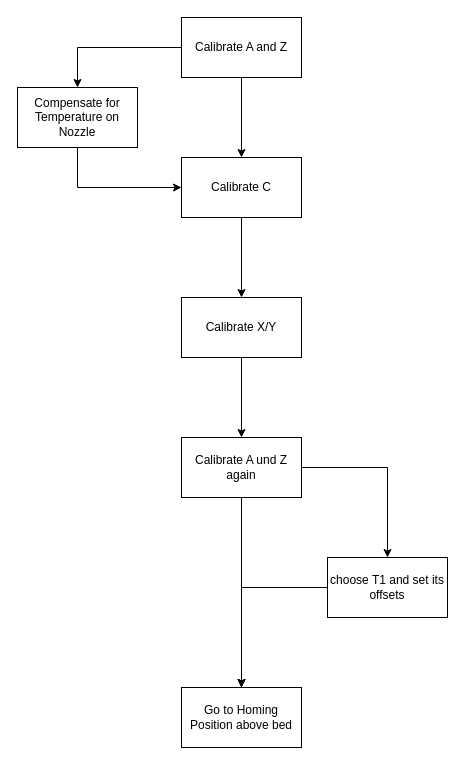
The draw.io diagram Homing seq.drawio in macnch33s3/draw.io, before the edit. Source tidied: cells renumbered, new cells numbered last; positions are measured from the earlier drawing's top-left corner, leaving out a move shared by most shapes. Both pictures are drawn from the tidied source at 100%, with x=0, y=0 at pixel (17, 17).
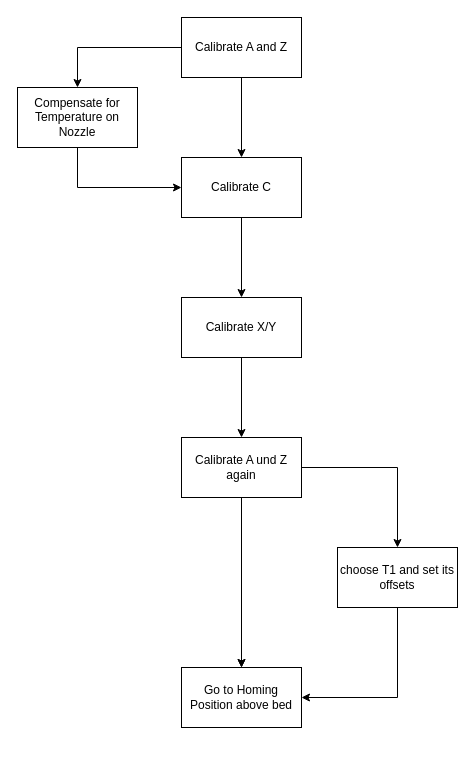
The same page after the edit.

Diff of the diagram source:
```diff
@@
 <mxGraphModel>
   <root>
     <mxCell id="0" />
     <mxCell id="1" parent="0" />
     <mxCell id="2" style="edgeStyle=orthogonalEdgeStyle;rounded=0;jettySize=auto;html=1;" parent="1" edge="1" source="4" target="8">
       <mxGeometry relative="1" as="geometry" />
     </mxCell>
     <mxCell id="3" style="edgeStyle=orthogonalEdgeStyle;rounded=0;jettySize=auto;html=1;exitX=0;exitY=0.5;exitDx=0;exitDy=0;entryX=0.5;entryY=0;entryDx=0;entryDy=0;" parent="1" edge="1" source="4" target="6">
       <mxGeometry relative="1" as="geometry" />
     </mxCell>
     <mxCell id="4" value="Calibrate A and Z" style="rounded=0;whiteSpace=wrap;html=1;" parent="1" vertex="1">
       <mxGeometry x="164" width="120" height="60" as="geometry" />
     </mxCell>
     <mxCell id="5" style="edgeStyle=orthogonalEdgeStyle;rounded=0;jettySize=auto;html=1;entryX=0;entryY=0.5;entryDx=0;entryDy=0;" parent="1" edge="1" source="6" target="8">
       <mxGeometry relative="1" as="geometry">
         <Array as="points">
           <mxPoint x="60" y="170" />
         </Array>
       </mxGeometry>
     </mxCell>
     <mxCell id="6" value="Compensate for Temperature on Nozzle" style="rounded=0;whiteSpace=wrap;html=1;" parent="1" vertex="1">
       <mxGeometry y="70" width="120" height="60" as="geometry" />
     </mxCell>
     <mxCell id="7" style="edgeStyle=orthogonalEdgeStyle;rounded=0;jettySize=auto;html=1;" parent="1" edge="1" source="8" target="10">
       <mxGeometry relative="1" as="geometry" />
     </mxCell>
     <mxCell id="8" value="Calibrate C" style="rounded=0;whiteSpace=wrap;html=1;" parent="1" vertex="1">
       <mxGeometry x="164" y="140" width="120" height="60" as="geometry" />
     </mxCell>
     <mxCell id="9" style="edgeStyle=orthogonalEdgeStyle;rounded=0;jettySize=auto;html=1;entryX=0.5;entryY=0;entryDx=0;entryDy=0;" parent="1" edge="1" source="10" target="14">
       <mxGeometry relative="1" as="geometry" />
     </mxCell>
     <mxCell id="10" value="Calibrate X/Y" style="rounded=0;whiteSpace=wrap;html=1;" parent="1" vertex="1">
       <mxGeometry x="164" y="280" width="120" height="60" as="geometry" />
     </mxCell>
     <mxCell id="11" style="edgeStyle=orthogonalEdgeStyle;rounded=0;jettySize=auto;html=1;" parent="1" edge="1" source="14" target="15">
       <mxGeometry relative="1" as="geometry" />
     </mxCell>
     <mxCell id="12" style="edgeStyle=orthogonalEdgeStyle;rounded=0;jettySize=auto;html=1;" parent="1" edge="1" source="14" target="15">
       <mxGeometry relative="1" as="geometry" />
     </mxCell>
     <mxCell id="13" style="edgeStyle=orthogonalEdgeStyle;rounded=0;jettySize=auto;html=1;entryX=0.5;entryY=0;entryDx=0;entryDy=0;" parent="1" edge="1" source="14" target="17">
       <mxGeometry relative="1" as="geometry" />
     </mxCell>
     <mxCell id="14" value="Calibrate A und Z again" style="rounded=0;whiteSpace=wrap;html=1;" parent="1" vertex="1">
       <mxGeometry x="164" y="420" width="120" height="60" as="geometry" />
     </mxCell>
     <mxCell id="15" value="Go to Homing Position above bed" style="rounded=0;whiteSpace=wrap;html=1;" parent="1" vertex="1">
-      <mxGeometry x="164" y="670" width="120" height="60" as="geometry" />
+      <mxGeometry x="164" y="650" width="120" height="60" as="geometry" />
     </mxCell>
-    <mxCell id="16" style="edgeStyle=orthogonalEdgeStyle;rounded=0;jettySize=auto;html=1;entryX=0.5;entryY=0;entryDx=0;entryDy=0;" parent="1" edge="1" source="17" target="15">
+    <mxCell id="16" style="edgeStyle=orthogonalEdgeStyle;rounded=0;jettySize=auto;html=1;exitX=0.5;exitY=1;exitDx=0;exitDy=0;entryX=1;entryY=0.5;entryDx=0;entryDy=0;" parent="1" edge="1" source="17" target="15">
       <mxGeometry relative="1" as="geometry" />
     </mxCell>
     <mxCell id="17" value="choose T1 and set its offsets" style="rounded=0;whiteSpace=wrap;html=1;" parent="1" vertex="1">
-      <mxGeometry x="310" y="540" width="120" height="60" as="geometry" />
+      <mxGeometry x="320" y="530" width="120" height="60" as="geometry" />
     </mxCell>
   </root>
 </mxGraphModel>
```
